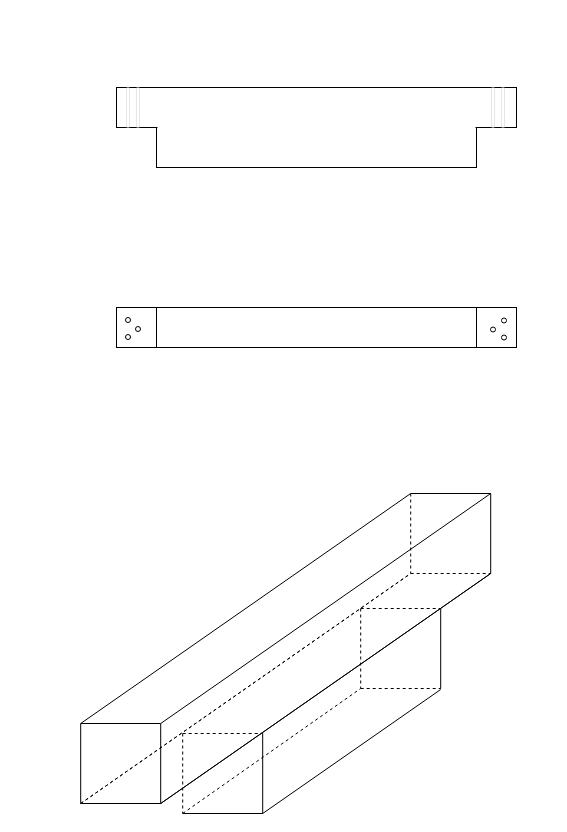
Earlier version of the draw.io diagram Untitled Diagram.drawio (rubenvera/sap_btp_icons_drawio). Source tidied: cells renumbered, new cells numbered last; positions are measured from the earlier drawing's top-left corner, leaving out a move shared by most shapes. Both pictures are drawn from the tidied source at 100%, with x=0, y=0 at pixel (80, 87).
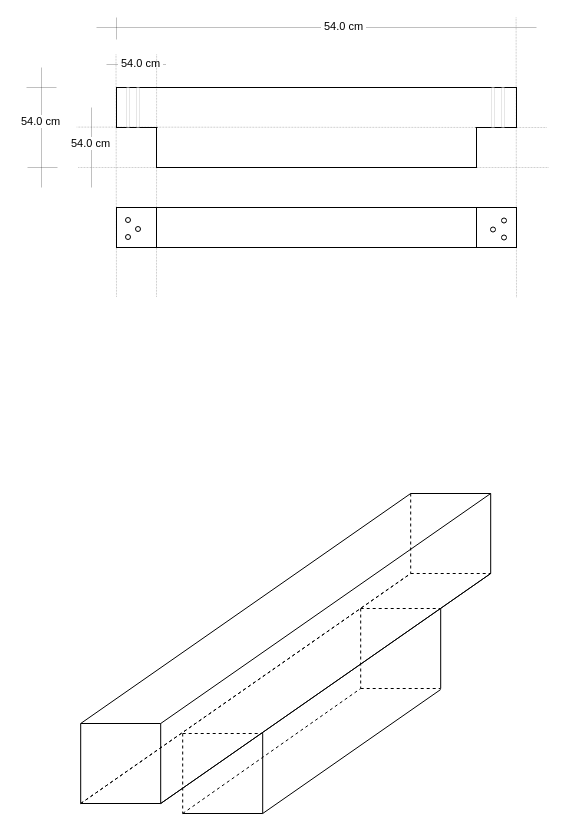
The same diagram, later.

What changed in the source:
```diff
@@
     <mxCell id="8" style="rounded=0;whiteSpace=wrap;html=1;" parent="1" vertex="1">
-      <mxGeometry x="36" y="220" width="400" height="40" as="geometry" />
+      <mxGeometry x="36" y="120" width="400" height="40" as="geometry" />
     </mxCell>
     <mxCell id="9" style="rounded=0;whiteSpace=wrap;html=1;" parent="1" vertex="1">
-      <mxGeometry x="76" y="220" width="320" height="40" as="geometry" />
+      <mxGeometry x="76" y="120" width="320" height="40" as="geometry" />
     </mxCell>
     <mxCell id="10" style="ellipse;whiteSpace=wrap;html=1;" parent="1" vertex="1">
-      <mxGeometry x="45" y="230" width="5" height="5" as="geometry" />
+      <mxGeometry x="45" y="130" width="5" height="5" as="geometry" />
     </mxCell>
     <mxCell id="11" style="ellipse;whiteSpace=wrap;html=1;" parent="1" vertex="1">
-      <mxGeometry x="55" y="239" width="5" height="5" as="geometry" />
+      <mxGeometry x="55" y="139" width="5" height="5" as="geometry" />
     </mxCell>
     <mxCell id="12" style="ellipse;whiteSpace=wrap;html=1;" parent="1" vertex="1">
-      <mxGeometry x="45" y="247" width="5" height="5" as="geometry" />
+      <mxGeometry x="45" y="147" width="5" height="5" as="geometry" />
     </mxCell>
     <mxCell id="13" style="ellipse;whiteSpace=wrap;html=1;" parent="1" vertex="1">
-      <mxGeometry x="421" y="230.5" width="5" height="5" as="geometry" />
+      <mxGeometry x="421" y="130.5" width="5" height="5" as="geometry" />
     </mxCell>
     <mxCell id="14" style="ellipse;whiteSpace=wrap;html=1;" parent="1" vertex="1">
-      <mxGeometry x="410" y="239.5" width="5" height="5" as="geometry" />
+      <mxGeometry x="410" y="139.5" width="5" height="5" as="geometry" />
     </mxCell>
     <mxCell id="15" style="ellipse;whiteSpace=wrap;html=1;" parent="1" vertex="1">
-      <mxGeometry x="421" y="247.5" width="5" height="5" as="geometry" />
+      <mxGeometry x="421" y="147.5" width="5" height="5" as="geometry" />
     </mxCell>
@@
+    <mxCell id="43" style="endArrow=none;html=1;rounded=0;strokeWidth=0.25;" parent="1" edge="1">
+      <mxGeometry relative="1" as="geometry">
+        <mxPoint x="16" y="-60" as="sourcePoint" />
+        <mxPoint x="456" y="-60" as="targetPoint" />
+      </mxGeometry>
+    </mxCell>
+    <mxCell id="44" value="&amp;nbsp;54.0 cm&amp;nbsp;" style="edgeLabel;html=1;align=center;verticalAlign=middle;" parent="43" vertex="1">
+      <mxGeometry x="0.12" y="2" relative="1" as="geometry" />
+    </mxCell>
+    <mxCell id="45" style="endArrow=none;html=1;rounded=0;strokeWidth=0.25;" parent="1" edge="1">
+      <mxGeometry relative="1" as="geometry">
+        <mxPoint x="36" y="-70" as="sourcePoint" />
+        <mxPoint x="36" y="-48" as="targetPoint" />
+      </mxGeometry>
+    </mxCell>
+    <mxCell id="46" style="endArrow=none;html=1;rounded=0;strokeWidth=0.25;dashed=1;" parent="1" edge="1">
+      <mxGeometry relative="1" as="geometry">
+        <mxPoint x="435.6" y="-70" as="sourcePoint" />
+        <mxPoint x="436" y="210" as="targetPoint" />
+      </mxGeometry>
+    </mxCell>
+    <mxCell id="47" style="endArrow=none;html=1;rounded=0;strokeWidth=0.25;" parent="1" edge="1">
+      <mxGeometry relative="1" as="geometry">
+        <mxPoint x="-39" y="100" as="sourcePoint" />
+        <mxPoint x="-39" y="-20" as="targetPoint" />
+      </mxGeometry>
+    </mxCell>
+    <mxCell id="48" value="&amp;nbsp;54.0 cm&amp;nbsp;" style="edgeLabel;html=1;align=center;verticalAlign=middle;" parent="47" vertex="1">
+      <mxGeometry x="0.12" y="2" relative="1" as="geometry" />
+    </mxCell>
+    <mxCell id="49" style="endArrow=none;html=1;rounded=0;strokeWidth=0.25;" parent="1" edge="1">
+      <mxGeometry relative="1" as="geometry">
+        <mxPoint x="-24" as="sourcePoint" />
+        <mxPoint x="-54" as="targetPoint" />
+      </mxGeometry>
+    </mxCell>
+    <mxCell id="50" style="endArrow=none;html=1;rounded=0;strokeWidth=0.25;" parent="1" edge="1">
+      <mxGeometry relative="1" as="geometry">
+        <mxPoint x="-23" y="80" as="sourcePoint" />
+        <mxPoint x="-53" y="80" as="targetPoint" />
+      </mxGeometry>
+    </mxCell>
+    <mxCell id="51" style="endArrow=none;html=1;rounded=0;strokeWidth=0.25;" parent="1" edge="1">
+      <mxGeometry relative="1" as="geometry">
+        <mxPoint x="11" y="100" as="sourcePoint" />
+        <mxPoint x="11" y="20" as="targetPoint" />
+      </mxGeometry>
+    </mxCell>
+    <mxCell id="52" value="&amp;nbsp;54.0 cm&amp;nbsp;" style="edgeLabel;html=1;align=center;verticalAlign=middle;" parent="51" vertex="1">
+      <mxGeometry x="0.12" y="2" relative="1" as="geometry" />
+    </mxCell>
+    <mxCell id="53" style="endArrow=none;html=1;rounded=0;strokeWidth=0.25;dashed=1;" parent="1" edge="1">
+      <mxGeometry relative="1" as="geometry">
+        <mxPoint x="466" y="40" as="sourcePoint" />
+        <mxPoint x="-3.8" y="39.6" as="targetPoint" />
+      </mxGeometry>
+    </mxCell>
+    <mxCell id="54" style="endArrow=none;html=1;rounded=0;strokeWidth=0.25;dashed=1;" parent="1" edge="1">
+      <mxGeometry relative="1" as="geometry">
+        <mxPoint x="467.9" y="80" as="sourcePoint" />
+        <mxPoint x="-3" y="80" as="targetPoint" />
+      </mxGeometry>
+    </mxCell>
+    <mxCell id="55" style="endArrow=none;html=1;rounded=0;strokeWidth=0.25;" parent="1" edge="1">
+      <mxGeometry relative="1" as="geometry">
+        <mxPoint x="26" y="-23" as="sourcePoint" />
+        <mxPoint x="85.5" y="-23" as="targetPoint" />
+      </mxGeometry>
+    </mxCell>
+    <mxCell id="56" value="&amp;nbsp;54.0 cm&amp;nbsp;" style="edgeLabel;html=1;align=center;verticalAlign=middle;" parent="55" vertex="1">
+      <mxGeometry x="0.12" y="2" relative="1" as="geometry" />
+    </mxCell>
+    <mxCell id="57" style="endArrow=none;html=1;rounded=0;strokeWidth=0.25;dashed=1;" parent="1" edge="1">
+      <mxGeometry relative="1" as="geometry">
+        <mxPoint x="35.5" y="-33" as="sourcePoint" />
+        <mxPoint x="36" y="210" as="targetPoint" />
+      </mxGeometry>
+    </mxCell>
+    <mxCell id="58" style="endArrow=none;html=1;rounded=0;strokeWidth=0.25;dashed=1;" parent="1" edge="1">
+      <mxGeometry relative="1" as="geometry">
+        <mxPoint x="76.1" y="-33" as="sourcePoint" />
+        <mxPoint x="76" y="210" as="targetPoint" />
+      </mxGeometry>
+    </mxCell>
```
